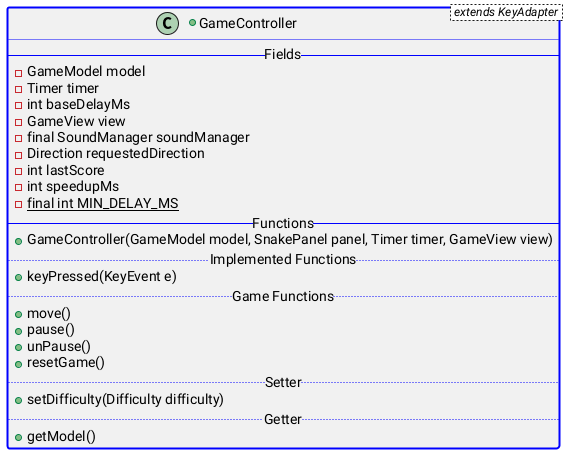
The PlantUML diagram src/main/ClassDiagram/AdvancedSnake/Advanced-CONTROLLER.png in CamerJunker/Snake, before a commit. Its diagram source:
```plantuml
@startuml
+class GameController < extends KeyAdapter > ##[bold]blue {
    -- Fields --
    -GameModel model
    -Timer timer
    -int baseDelayMs
    -GameView view
    -final SoundManager soundManager
    -Direction requestedDirection
    -int lastScore
    -int speedupMs
    -{static}final int MIN_DELAY_MS
    -- Functions --
    +GameController(GameModel model, SnakePanel panel, Timer timer, GameView view)
    .. Implemented Functions ..
    +keyPressed(KeyEvent e)
    .. Game Functions ..
    +move()
    +pause()
    +unPause()
    +resetGame()
    .. Setter ..
    +setDifficulty(Difficulty difficulty)
    .. Getter ..
    +getModel()
}
@enduml
```
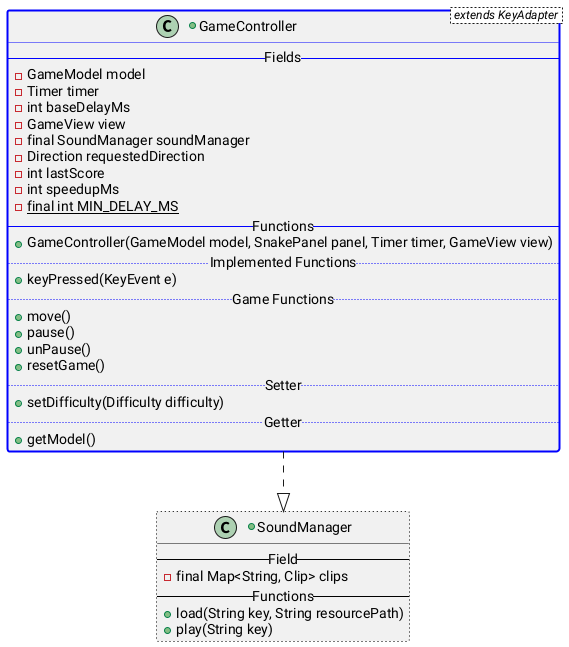
The same diagram one commit later.

Commit message:
Har lagt SoundManager ind i Advanced-CONTROLLER diagram

Change to the diagram source:
```diff
@@ -1,4 +1,6 @@
 @startuml
+GameController ..|> SoundManager
+
 +class GameController < extends KeyAdapter > ##[bold]blue {
     -- Fields --
     -GameModel model
@@ -24,4 +26,12 @@
     .. Getter ..
     +getModel()
 }
+
++class SoundManager ##[dotted]black {
+    -- Field --
+    -final Map<String, Clip> clips
+    -- Functions --
+    +load(String key, String resourcePath)
+    +play(String key)
+}
 @enduml
```
